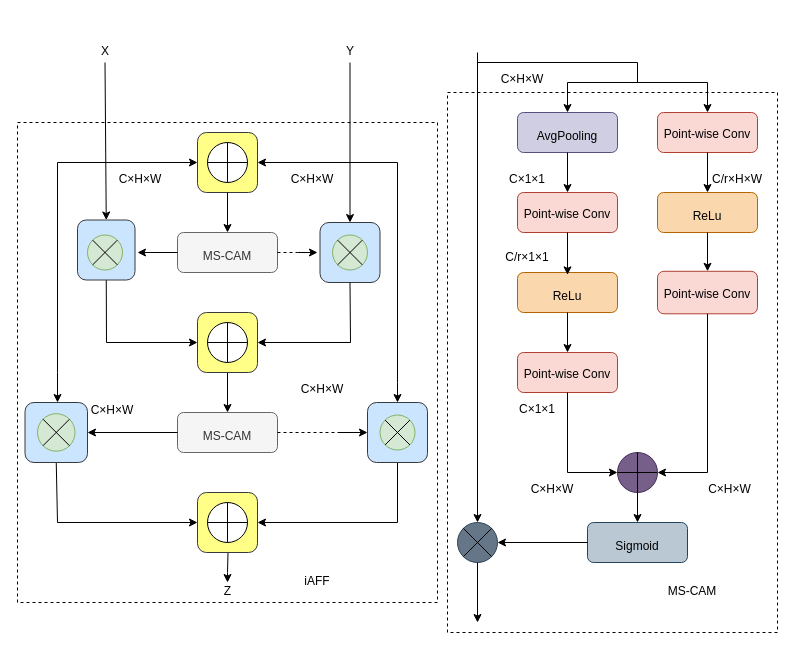
Before: iAFF.drawio in lgq622/long, a draw.io diagram. Source tidied: cells renumbered, new cells numbered last; positions are measured from the earlier drawing's top-left corner, leaving out a move shared by most shapes. Both pictures are drawn from the tidied source at 100%, with x=0, y=0 at pixel (17, 32).
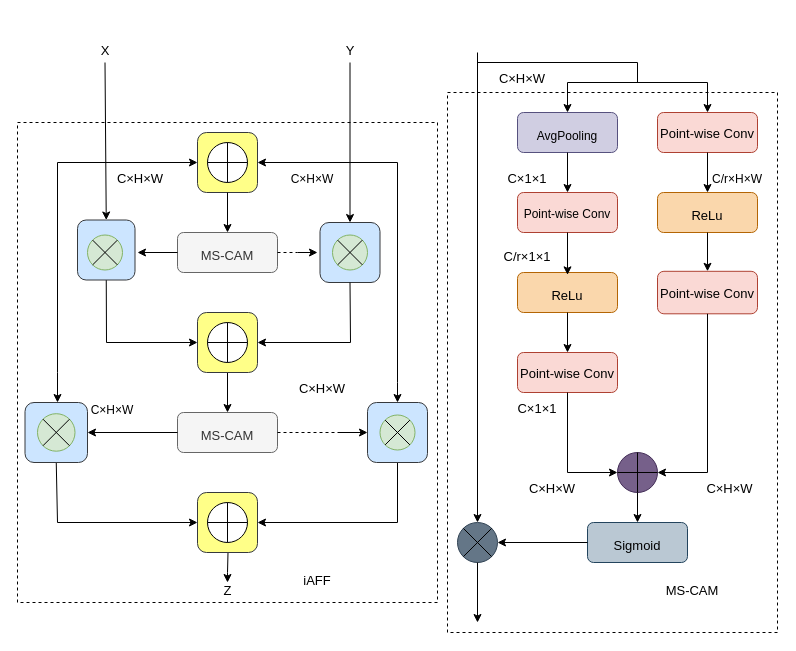
The same diagram, later.

Change to the diagram source:
```diff
@@
-    <mxCell id="7" value="&lt;h1&gt;&lt;font style=&quot;font-size: 12px; font-weight: normal;&quot;&gt;MS-CAM&lt;/font&gt;&lt;/h1&gt;" style="rounded=1;whiteSpace=wrap;html=1;fillColor=#f5f5f5;strokeColor=#666666;fontColor=#333333;" parent="1" vertex="1">
+    <mxCell id="7" value="&lt;h1&gt;&lt;font style=&quot;font-weight: normal; font-size: 13px;&quot;&gt;MS-CAM&lt;/font&gt;&lt;/h1&gt;" style="rounded=1;whiteSpace=wrap;html=1;fillColor=#f5f5f5;strokeColor=#666666;fontColor=#333333;" parent="1" vertex="1">
       <mxGeometry x="160" y="200" width="100" height="40" as="geometry" />
     </mxCell>
@@
-    <mxCell id="13" value="&lt;h1&gt;&lt;font style=&quot;font-size: 12px; font-weight: normal;&quot;&gt;MS-CAM&lt;/font&gt;&lt;/h1&gt;" style="rounded=1;whiteSpace=wrap;html=1;fillColor=#f5f5f5;fontColor=#333333;strokeColor=#666666;" parent="1" vertex="1">
+    <mxCell id="13" value="&lt;h1&gt;&lt;font style=&quot;font-weight: normal; font-size: 13px;&quot;&gt;MS-CAM&lt;/font&gt;&lt;/h1&gt;" style="rounded=1;whiteSpace=wrap;html=1;fillColor=#f5f5f5;fontColor=#333333;strokeColor=#666666;" parent="1" vertex="1">
       <mxGeometry x="160" y="380" width="100" height="40" as="geometry" />
     </mxCell>
@@
-    <mxCell id="33" value="&lt;h2&gt;&lt;font style=&quot;font-size: 12px; font-weight: normal;&quot;&gt;C×H×W&lt;/font&gt;&lt;/h2&gt;" style="text;html=1;align=center;verticalAlign=middle;whiteSpace=wrap;rounded=0;" parent="1" vertex="1">
+    <mxCell id="33" value="&lt;h2&gt;&lt;font style=&quot;font-weight: normal; font-size: 13px;&quot;&gt;C×H×W&lt;/font&gt;&lt;/h2&gt;" style="text;html=1;align=center;verticalAlign=middle;whiteSpace=wrap;rounded=0;" parent="1" vertex="1">
       <mxGeometry x="87.5" y="130" width="70" height="30" as="geometry" />
     </mxCell>
@@
-    <mxCell id="35" value="&lt;h2&gt;&lt;font style=&quot;font-size: 12px; font-weight: normal;&quot;&gt;C×H×W&lt;/font&gt;&lt;/h2&gt;" style="text;html=1;align=center;verticalAlign=middle;whiteSpace=wrap;rounded=0;" parent="1" vertex="1">
+    <mxCell id="35" value="&lt;h2&gt;&lt;font style=&quot;font-weight: normal; font-size: 13px;&quot;&gt;C×H×W&lt;/font&gt;&lt;/h2&gt;" style="text;html=1;align=center;verticalAlign=middle;whiteSpace=wrap;rounded=0;" parent="1" vertex="1">
       <mxGeometry x="270" y="340" width="70" height="30" as="geometry" />
     </mxCell>
-    <mxCell id="36" value="&lt;h1&gt;&lt;font style=&quot;font-size: 12px; font-weight: normal;&quot;&gt;X&lt;/font&gt;&lt;/h1&gt;" style="text;html=1;align=center;verticalAlign=middle;whiteSpace=wrap;rounded=0;" parent="1" vertex="1">
+    <mxCell id="36" value="&lt;h1&gt;&lt;font style=&quot;font-weight: normal; font-size: 13px;&quot;&gt;X&lt;/font&gt;&lt;/h1&gt;" style="text;html=1;align=center;verticalAlign=middle;whiteSpace=wrap;rounded=0;" parent="1" vertex="1">
       <mxGeometry x="57.5" width="60" height="30" as="geometry" />
     </mxCell>
-    <mxCell id="37" value="&lt;h1&gt;&lt;font style=&quot;font-size: 12px; font-weight: normal;&quot;&gt;Y&lt;/font&gt;&lt;/h1&gt;" style="text;html=1;align=center;verticalAlign=middle;whiteSpace=wrap;rounded=0;" parent="1" vertex="1">
+    <mxCell id="37" value="&lt;h1&gt;&lt;font style=&quot;font-weight: normal; font-size: 13px;&quot;&gt;Y&lt;/font&gt;&lt;/h1&gt;" style="text;html=1;align=center;verticalAlign=middle;whiteSpace=wrap;rounded=0;" parent="1" vertex="1">
       <mxGeometry x="302.5" width="60" height="30" as="geometry" />
     </mxCell>
@@
-    <mxCell id="40" value="&lt;h1&gt;&lt;font style=&quot;font-size: 12px; font-weight: normal;&quot;&gt;Z&lt;/font&gt;&lt;/h1&gt;" style="text;html=1;align=center;verticalAlign=middle;whiteSpace=wrap;rounded=0;" parent="1" vertex="1">
+    <mxCell id="40" value="&lt;h1&gt;&lt;font style=&quot;font-weight: normal; font-size: 13px;&quot;&gt;Z&lt;/font&gt;&lt;/h1&gt;" style="text;html=1;align=center;verticalAlign=middle;whiteSpace=wrap;rounded=0;" parent="1" vertex="1">
       <mxGeometry x="192.5" y="540" width="35" height="30" as="geometry" />
     </mxCell>
@@
-    <mxCell id="43" value="&lt;h1&gt;&lt;font style=&quot;font-size: 12px; font-weight: normal;&quot;&gt;ReLu&lt;/font&gt;&lt;/h1&gt;" style="rounded=1;whiteSpace=wrap;html=1;fillColor=#fad7ac;strokeColor=#b46504;" parent="1" vertex="1">
+    <mxCell id="43" value="&lt;h1&gt;&lt;font style=&quot;font-weight: normal; font-size: 13px;&quot;&gt;ReLu&lt;/font&gt;&lt;/h1&gt;" style="rounded=1;whiteSpace=wrap;html=1;fillColor=#fad7ac;strokeColor=#b46504;" parent="1" vertex="1">
       <mxGeometry x="640" y="160" width="100" height="40" as="geometry" />
     </mxCell>
-    <mxCell id="44" value="&lt;h1&gt;&lt;font style=&quot;font-size: 12px; font-weight: normal;&quot;&gt;Sigmoid&lt;/font&gt;&lt;/h1&gt;" style="rounded=1;whiteSpace=wrap;html=1;fillColor=#bac8d3;strokeColor=#23445d;" parent="1" vertex="1">
+    <mxCell id="44" value="&lt;h1&gt;&lt;font style=&quot;font-weight: normal; font-size: 13px;&quot;&gt;Sigmoid&lt;/font&gt;&lt;/h1&gt;" style="rounded=1;whiteSpace=wrap;html=1;fillColor=#bac8d3;strokeColor=#23445d;" parent="1" vertex="1">
       <mxGeometry x="570" y="490" width="100" height="40" as="geometry" />
     </mxCell>
-    <mxCell id="45" value="&lt;h1&gt;&lt;font style=&quot;font-size: 12px; font-weight: normal;&quot;&gt;ReLu&lt;/font&gt;&lt;/h1&gt;" style="rounded=1;whiteSpace=wrap;html=1;fillColor=#fad7ac;strokeColor=#b46504;" parent="1" vertex="1">
+    <mxCell id="45" value="&lt;h1&gt;&lt;font style=&quot;font-weight: normal; font-size: 13px;&quot;&gt;ReLu&lt;/font&gt;&lt;/h1&gt;" style="rounded=1;whiteSpace=wrap;html=1;fillColor=#fad7ac;strokeColor=#b46504;" parent="1" vertex="1">
       <mxGeometry x="500" y="240" width="100" height="40" as="geometry" />
     </mxCell>
-    <mxCell id="46" value="&lt;h2&gt;&lt;font style=&quot;font-size: 12px; font-weight: normal;&quot;&gt;Point-wise Conv&lt;/font&gt;&lt;/h2&gt;" style="rounded=1;whiteSpace=wrap;html=1;fillColor=#fad9d5;strokeColor=#ae4132;" parent="1" vertex="1">
+    <mxCell id="46" value="&lt;h2&gt;&lt;font style=&quot;font-weight: normal; font-size: 13px;&quot;&gt;Point-wise Conv&lt;/font&gt;&lt;/h2&gt;" style="rounded=1;whiteSpace=wrap;html=1;fillColor=#fad9d5;strokeColor=#ae4132;" parent="1" vertex="1">
       <mxGeometry x="500" y="320" width="100" height="40" as="geometry" />
     </mxCell>
-    <mxCell id="47" value="&lt;h2&gt;&lt;font style=&quot;font-size: 12px; font-weight: normal;&quot;&gt;Point-wise Conv&lt;/font&gt;&lt;/h2&gt;" style="rounded=1;whiteSpace=wrap;html=1;fillColor=#fad9d5;strokeColor=#ae4132;" parent="1" vertex="1">
+    <mxCell id="47" value="&lt;h2&gt;&lt;font style=&quot;font-weight: normal; font-size: 13px;&quot;&gt;Point-wise Conv&lt;/font&gt;&lt;/h2&gt;" style="rounded=1;whiteSpace=wrap;html=1;fillColor=#fad9d5;strokeColor=#ae4132;" parent="1" vertex="1">
       <mxGeometry x="640" y="80" width="100" height="40" as="geometry" />
     </mxCell>
-    <mxCell id="48" value="&lt;h2&gt;&lt;font style=&quot;font-size: 12px; font-weight: normal;&quot;&gt;Point-wise Conv&lt;/font&gt;&lt;/h2&gt;" style="rounded=1;whiteSpace=wrap;html=1;fillColor=#fad9d5;strokeColor=#ae4132;" parent="1" vertex="1">
+    <mxCell id="48" value="&lt;h2&gt;&lt;font style=&quot;font-weight: normal; font-size: 13px;&quot;&gt;Point-wise Conv&lt;/font&gt;&lt;/h2&gt;" style="rounded=1;whiteSpace=wrap;html=1;fillColor=#fad9d5;strokeColor=#ae4132;" parent="1" vertex="1">
       <mxGeometry x="640" y="238.8" width="100" height="42.5" as="geometry" />
     </mxCell>
@@
-    <mxCell id="67" value="&lt;h1&gt;&lt;font style=&quot;font-size: 12px; font-weight: normal;&quot;&gt;iAFF&lt;/font&gt;&lt;/h1&gt;" style="text;html=1;align=center;verticalAlign=middle;whiteSpace=wrap;rounded=0;" parent="1" vertex="1">
+    <mxCell id="67" value="&lt;h1&gt;&lt;font style=&quot;font-weight: normal; font-size: 13px;&quot;&gt;iAFF&lt;/font&gt;&lt;/h1&gt;" style="text;html=1;align=center;verticalAlign=middle;whiteSpace=wrap;rounded=0;" parent="1" vertex="1">
       <mxGeometry x="270" y="530" width="60" height="30" as="geometry" />
     </mxCell>
@@
-    <mxCell id="70" value="&lt;h2&gt;&lt;font style=&quot;font-size: 12px; font-weight: normal;&quot;&gt;C×H×W&lt;/font&gt;&lt;/h2&gt;" style="text;html=1;align=center;verticalAlign=middle;whiteSpace=wrap;rounded=0;" parent="1" vertex="1">
+    <mxCell id="70" value="&lt;h2&gt;&lt;font style=&quot;font-weight: normal; font-size: 13px;&quot;&gt;C×H×W&lt;/font&gt;&lt;/h2&gt;" style="text;html=1;align=center;verticalAlign=middle;whiteSpace=wrap;rounded=0;" parent="1" vertex="1">
       <mxGeometry x="470" y="30" width="70" height="30" as="geometry" />
     </mxCell>
-    <mxCell id="71" value="&lt;h2&gt;&lt;font style=&quot;font-size: 12px; font-weight: normal;&quot;&gt;C×H×W&lt;/font&gt;&lt;/h2&gt;" style="text;html=1;align=center;verticalAlign=middle;whiteSpace=wrap;rounded=0;" parent="1" vertex="1">
+    <mxCell id="71" value="&lt;h2&gt;&lt;font style=&quot;font-weight: normal; font-size: 13px;&quot;&gt;C×H×W&lt;/font&gt;&lt;/h2&gt;" style="text;html=1;align=center;verticalAlign=middle;whiteSpace=wrap;rounded=0;" parent="1" vertex="1">
       <mxGeometry x="680" y="440" width="65" height="30" as="geometry" />
     </mxCell>
-    <mxCell id="72" value="&lt;h2&gt;&lt;font style=&quot;font-size: 12px; font-weight: normal;&quot;&gt;C×H×W&lt;/font&gt;&lt;/h2&gt;" style="text;html=1;align=center;verticalAlign=middle;whiteSpace=wrap;rounded=0;" parent="1" vertex="1">
+    <mxCell id="72" value="&lt;h2&gt;&lt;font style=&quot;font-weight: normal; font-size: 13px;&quot;&gt;C×H×W&lt;/font&gt;&lt;/h2&gt;" style="text;html=1;align=center;verticalAlign=middle;whiteSpace=wrap;rounded=0;" parent="1" vertex="1">
       <mxGeometry x="500" y="440" width="70" height="30" as="geometry" />
     </mxCell>
@@
-    <mxCell id="74" value="&lt;h2&gt;&lt;font style=&quot;font-size: 12px; font-weight: normal;&quot;&gt;C×1×1&lt;/font&gt;&lt;/h2&gt;" style="text;html=1;align=center;verticalAlign=middle;whiteSpace=wrap;rounded=0;" parent="1" vertex="1">
+    <mxCell id="74" value="&lt;h2&gt;&lt;font style=&quot;font-weight: normal; font-size: 13px;&quot;&gt;C×1×1&lt;/font&gt;&lt;/h2&gt;" style="text;html=1;align=center;verticalAlign=middle;whiteSpace=wrap;rounded=0;" parent="1" vertex="1">
       <mxGeometry x="480" y="130" width="60" height="30" as="geometry" />
     </mxCell>
-    <mxCell id="75" value="&lt;h2&gt;&lt;font style=&quot;font-size: 12px; font-weight: normal;&quot;&gt;C×1×1&lt;/font&gt;&lt;/h2&gt;" style="text;html=1;align=center;verticalAlign=middle;whiteSpace=wrap;rounded=0;" parent="1" vertex="1">
+    <mxCell id="75" value="&lt;h2&gt;&lt;font style=&quot;font-weight: normal; font-size: 13px;&quot;&gt;C×1×1&lt;/font&gt;&lt;/h2&gt;" style="text;html=1;align=center;verticalAlign=middle;whiteSpace=wrap;rounded=0;" parent="1" vertex="1">
       <mxGeometry x="490" y="360" width="60" height="30" as="geometry" />
     </mxCell>
-    <mxCell id="76" value="&lt;h2&gt;&lt;font style=&quot;font-size: 12px; font-weight: normal;&quot;&gt;C/r×1×1&lt;/font&gt;&lt;/h2&gt;" style="text;html=1;align=center;verticalAlign=middle;whiteSpace=wrap;rounded=0;" parent="1" vertex="1">
+    <mxCell id="76" value="&lt;h2&gt;&lt;font style=&quot;font-weight: normal; font-size: 13px;&quot;&gt;C/r×1×1&lt;/font&gt;&lt;/h2&gt;" style="text;html=1;align=center;verticalAlign=middle;whiteSpace=wrap;rounded=0;" parent="1" vertex="1">
       <mxGeometry x="480" y="207.5" width="60" height="30" as="geometry" />
     </mxCell>
@@
-    <mxCell id="78" value="&lt;h1&gt;&lt;font style=&quot;font-size: 12px; font-weight: normal;&quot;&gt;MS-CAM&lt;/font&gt;&lt;/h1&gt;" style="text;html=1;align=center;verticalAlign=middle;whiteSpace=wrap;rounded=0;" parent="1" vertex="1">
+    <mxCell id="78" value="&lt;h1&gt;&lt;font style=&quot;font-weight: normal; font-size: 13px;&quot;&gt;MS-CAM&lt;/font&gt;&lt;/h1&gt;" style="text;html=1;align=center;verticalAlign=middle;whiteSpace=wrap;rounded=0;" parent="1" vertex="1">
       <mxGeometry x="620" y="540" width="110" height="30" as="geometry" />
     </mxCell>
```
